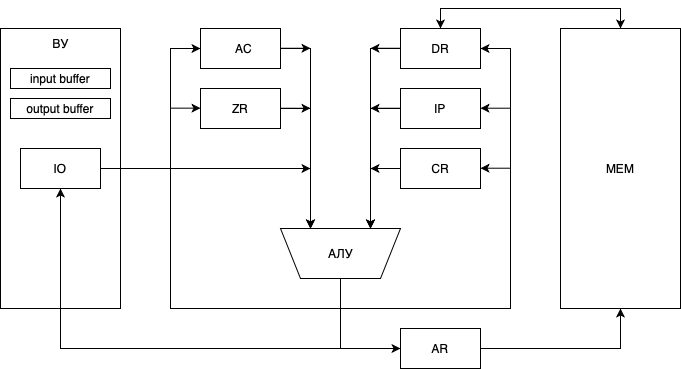
Earlier version of the draw.io export img/proc.png (dokerplp/computer-architecture-lab). Source tidied: cells renumbered, new cells last; positions are measured from the earlier drawing's top-left corner, leaving out a move shared by most shapes.
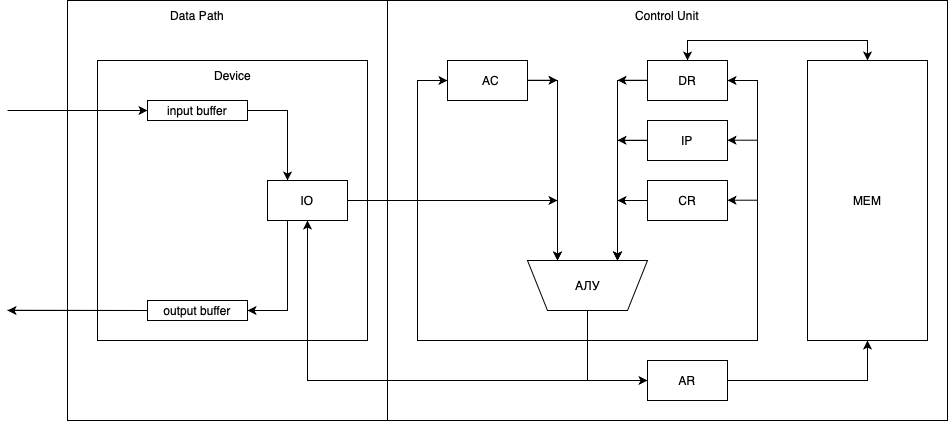
The same diagram one commit later.

Diff of the diagram source:
```diff
@@ -2,8 +2,14 @@
   <root>
     <mxCell id="0" />
     <mxCell id="1" parent="0" />
+    <mxCell id="38" style="rounded=0;whiteSpace=wrap;html=1;" parent="1" vertex="1">
+      <mxGeometry x="140" y="-60" width="560" height="420" as="geometry" />
+    </mxCell>
+    <mxCell id="39" style="rounded=0;whiteSpace=wrap;html=1;" parent="1" vertex="1">
+      <mxGeometry x="-180" y="-60" width="320" height="420" as="geometry" />
+    </mxCell>
     <mxCell id="2" style="rounded=0;whiteSpace=wrap;html=1;" parent="1" vertex="1">
-      <mxGeometry width="120" height="280" as="geometry" />
+      <mxGeometry x="-150" width="270" height="280" as="geometry" />
     </mxCell>
     <mxCell id="3" style="edgeStyle=orthogonalEdgeStyle;rounded=0;jettySize=auto;html=1;exitX=0.5;exitY=0;exitDx=0;exitDy=0;entryX=0;entryY=0.5;entryDx=0;entryDy=0;" parent="1" edge="1" source="5" target="20">
       <mxGeometry relative="1" as="geometry" />
@@ -28,12 +34,6 @@
     <mxCell id="8" value="&amp;nbsp; AC" style="rounded=0;whiteSpace=wrap;html=1;" parent="1" vertex="1">
       <mxGeometry x="200" width="80" height="40" as="geometry" />
     </mxCell>
-    <mxCell id="9" style="edgeStyle=orthogonalEdgeStyle;rounded=0;jettySize=auto;html=1;exitX=1;exitY=0.5;exitDx=0;exitDy=0;entryX=0.75;entryY=1;entryDx=0;entryDy=0;" parent="1" edge="1" source="10" target="5">
-      <mxGeometry relative="1" as="geometry" />
-    </mxCell>
-    <mxCell id="10" value="ZR" style="rounded=0;whiteSpace=wrap;html=1;" parent="1" vertex="1">
-      <mxGeometry x="200" y="60" width="80" height="40" as="geometry" />
-    </mxCell>
     <mxCell id="11" style="edgeStyle=orthogonalEdgeStyle;rounded=0;jettySize=auto;html=1;exitX=0;exitY=0.5;exitDx=0;exitDy=0;entryX=0.25;entryY=1;entryDx=0;entryDy=0;" parent="1" edge="1" source="12" target="5">
       <mxGeometry relative="1" as="geometry" />
     </mxCell>
@@ -64,6 +64,12 @@
     <mxCell id="20" value="AR" style="rounded=0;whiteSpace=wrap;html=1;" parent="1" vertex="1">
       <mxGeometry x="400" y="300" width="80" height="40" as="geometry" />
     </mxCell>
+    <mxCell id="40" style="edgeStyle=orthogonalEdgeStyle;rounded=0;jettySize=auto;html=1;exitX=0.25;exitY=0;exitDx=0;exitDy=0;entryX=1;entryY=0.5;entryDx=0;entryDy=0;startArrow=classic;startFill=1;endArrow=none;endFill=0;" parent="1" edge="1" source="21" target="36">
+      <mxGeometry relative="1" as="geometry" />
+    </mxCell>
+    <mxCell id="41" style="edgeStyle=orthogonalEdgeStyle;rounded=0;jettySize=auto;html=1;exitX=0.25;exitY=1;exitDx=0;exitDy=0;entryX=1;entryY=0.5;entryDx=0;entryDy=0;" parent="1" edge="1" source="21" target="37">
+      <mxGeometry relative="1" as="geometry" />
+    </mxCell>
     <mxCell id="21" value="IO" style="rounded=0;whiteSpace=wrap;html=1;" parent="1" vertex="1">
       <mxGeometry x="20" y="120" width="80" height="40" as="geometry" />
     </mxCell>
@@ -72,12 +78,6 @@
         <mxPoint x="310" y="140" as="targetPoint" />
       </mxGeometry>
     </mxCell>
-    <mxCell id="23" style="endArrow=classic;html=1;rounded=0;exitX=1;exitY=0.5;exitDx=0;exitDy=0;" parent="1" edge="1">
-      <mxGeometry relative="1" as="geometry">
-        <mxPoint x="280" y="79.8" as="sourcePoint" />
-        <mxPoint x="310" y="79.8" as="targetPoint" />
-      </mxGeometry>
-    </mxCell>
     <mxCell id="24" style="endArrow=classic;html=1;rounded=0;exitX=1;exitY=0.5;exitDx=0;exitDy=0;" parent="1" edge="1">
       <mxGeometry relative="1" as="geometry">
         <mxPoint x="280" y="19.8" as="sourcePoint" />
@@ -132,26 +132,40 @@
         </Array>
       </mxGeometry>
     </mxCell>
-    <mxCell id="32" style="endArrow=classic;html=1;rounded=0;exitX=1;exitY=0.5;exitDx=0;exitDy=0;" parent="1" edge="1">
-      <mxGeometry relative="1" as="geometry">
-        <mxPoint x="170" y="79.7" as="sourcePoint" />
-        <mxPoint x="200" y="79.7" as="targetPoint" />
-      </mxGeometry>
-    </mxCell>
     <mxCell id="33" style="edgeStyle=orthogonalEdgeStyle;rounded=0;jettySize=auto;html=1;exitX=0.5;exitY=0;exitDx=0;exitDy=0;entryX=0.5;entryY=0;entryDx=0;entryDy=0;startArrow=classic;startFill=1;" parent="1" edge="1" source="34" target="12">
       <mxGeometry relative="1" as="geometry" />
     </mxCell>
     <mxCell id="34" value="MEM" style="rounded=0;whiteSpace=wrap;html=1;" parent="1" vertex="1">
       <mxGeometry x="560" width="120" height="280" as="geometry" />
     </mxCell>
-    <mxCell id="35" value="ВУ" style="text;html=1;align=center;verticalAlign=middle;strokeColor=none;fillColor=none;" parent="1" vertex="1">
-      <mxGeometry x="40" width="40" height="30" as="geometry" />
+    <mxCell id="35" value="Device" style="text;html=1;align=center;verticalAlign=middle;strokeColor=none;fillColor=none;" parent="1" vertex="1">
+      <mxGeometry x="-45" width="60" height="30" as="geometry" />
     </mxCell>
     <mxCell id="36" value="input buffer" style="rounded=0;whiteSpace=wrap;html=1;" parent="1" vertex="1">
-      <mxGeometry x="10" y="40" width="100" height="20" as="geometry" />
+      <mxGeometry x="-100" y="40" width="100" height="20" as="geometry" />
     </mxCell>
     <mxCell id="37" value="output buffer" style="rounded=0;whiteSpace=wrap;html=1;" parent="1" vertex="1">
-      <mxGeometry x="10" y="70" width="100" height="20" as="geometry" />
+      <mxGeometry x="-100" y="240" width="100" height="20" as="geometry" />
     </mxCell>
+    <mxCell id="42" value="Data Path" style="text;html=1;strokeColor=none;fillColor=none;align=center;verticalAlign=middle;whiteSpace=wrap;rounded=0;" parent="1" vertex="1">
+      <mxGeometry x="-80" y="-60" width="60" height="30" as="geometry" />
+    </mxCell>
+    <mxCell id="43" value="Control Unit" style="text;html=1;strokeColor=none;fillColor=none;align=center;verticalAlign=middle;whiteSpace=wrap;rounded=0;" parent="1" vertex="1">
+      <mxGeometry x="385" y="-60" width="70" height="30" as="geometry" />
+    </mxCell>
+    <mxCell id="44" style="endArrow=classic;html=1;rounded=0;entryX=0;entryY=0.5;entryDx=0;entryDy=0;" parent="1" edge="1" target="36">
+      <mxGeometry relative="1" as="geometry">
+        <mxPoint x="-240" y="50" as="sourcePoint" />
+      </mxGeometry>
+    </mxCell>
+    <mxCell id="45" style="endArrow=classic;html=1;rounded=0;" parent="1" edge="1">
+      <mxGeometry relative="1" as="geometry">
+        <mxPoint x="-240" y="249.8" as="sourcePoint" />
+        <mxPoint x="-240" y="250" as="targetPoint" />
+        <Array as="points">
+          <mxPoint x="-100" y="250" />
+        </Array>
+      </mxGeometry>
+    </mxCell>
   </root>
 </mxGraphModel>
```
